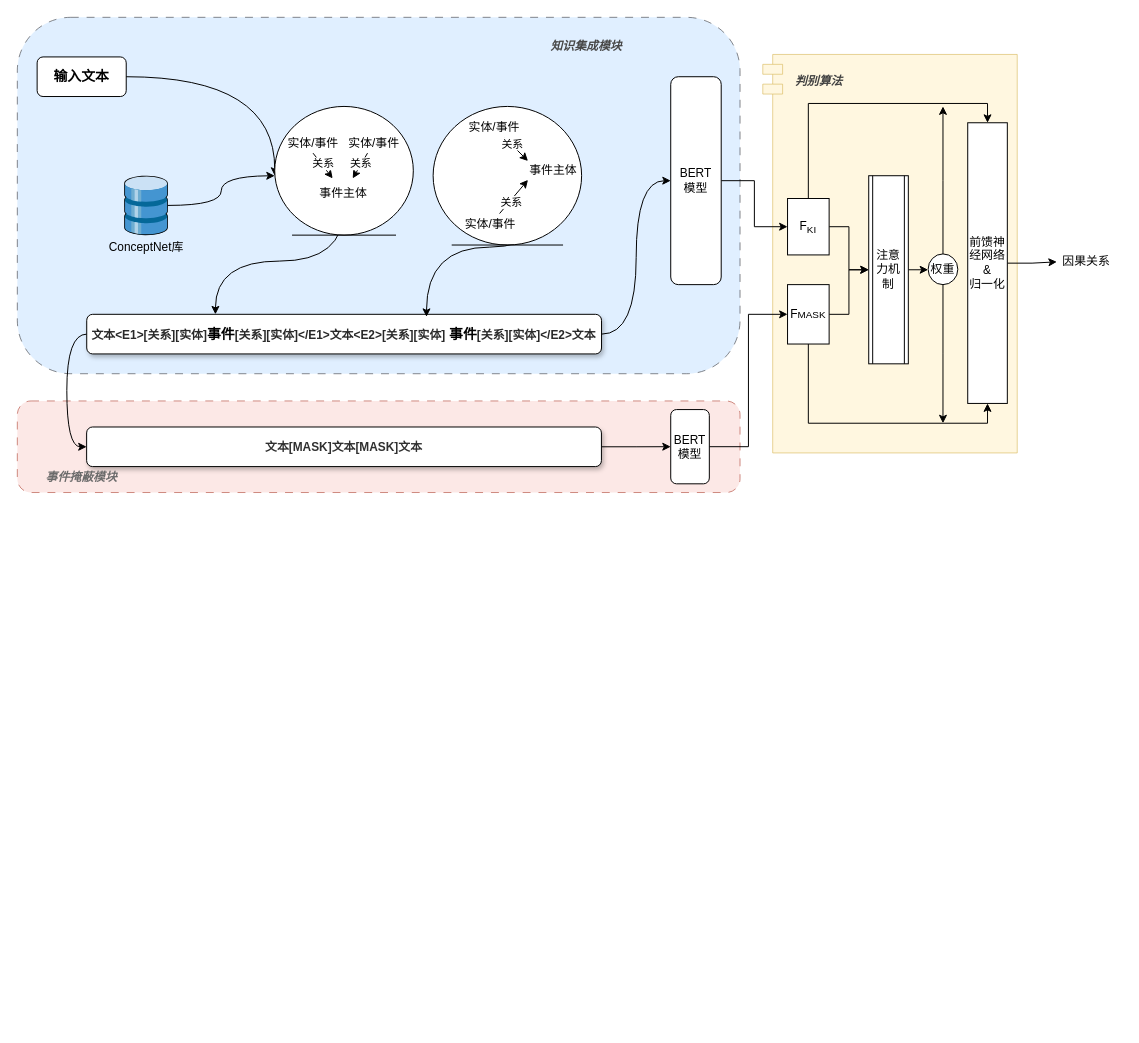
JiaXinLI98/myProject keeps this draw.io diagram as page "模糊结构图" (2 of 14) of 2.drawio. Above is the earlier version. Source tidied: cells renumbered, new cells numbered last; positions are measured from the earlier drawing's top-left corner, leaving out a move shared by most shapes. Both pictures are drawn from the tidied source at 99%, with x=0, y=0 at pixel (17, 17).
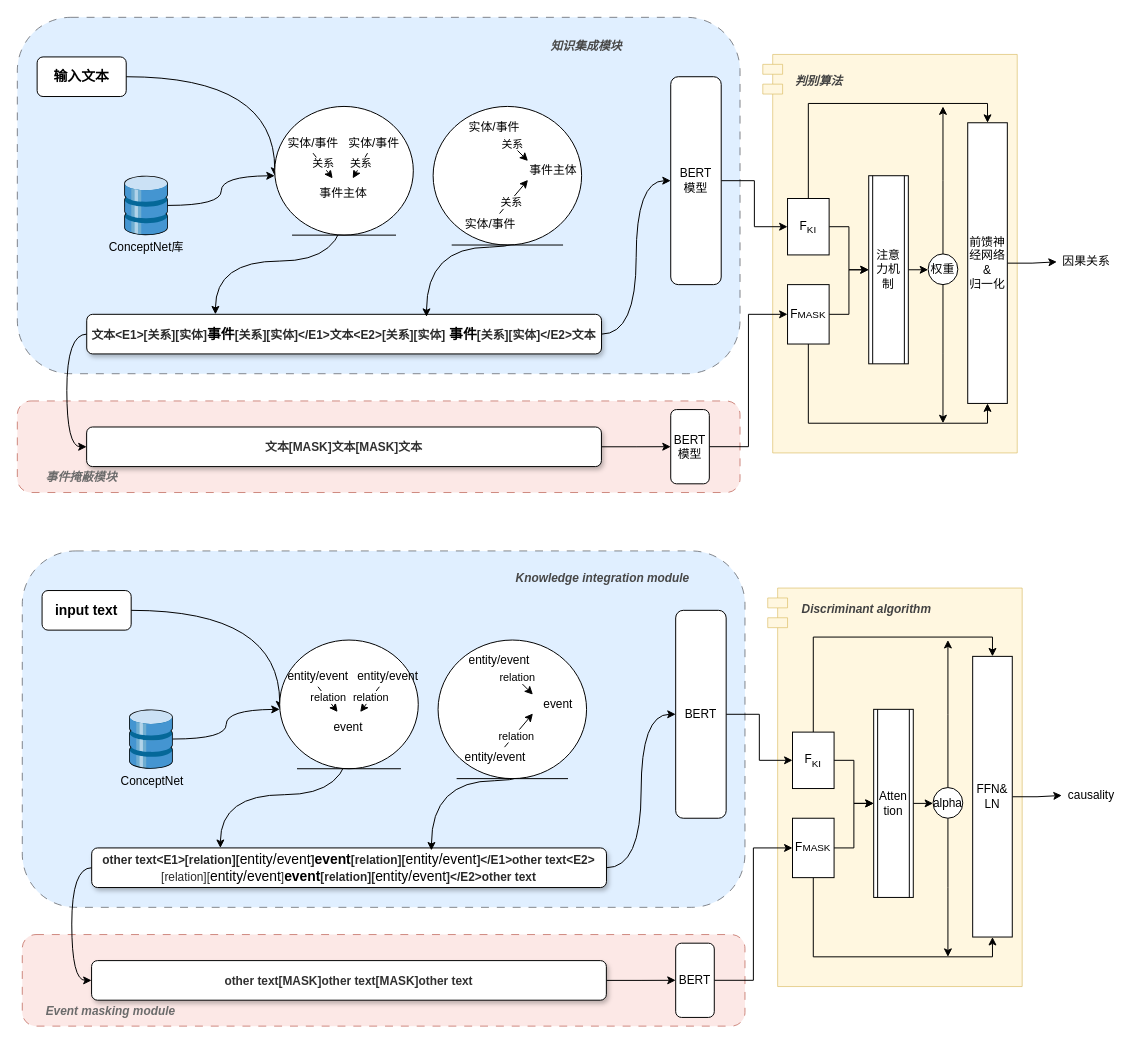
The same page after the edit.

What changed in the source:
```diff
@@
+    <mxCell id="59" style="rounded=1;whiteSpace=wrap;html=1;dashed=1;dashPattern=8 8;fillColor=#fad9d5;strokeColor=#ae4132;opacity=60;" parent="1" vertex="1">
+      <mxGeometry x="5" y="926.5" width="730" height="92.5" as="geometry" />
+    </mxCell>
+    <mxCell id="60" style="rounded=1;whiteSpace=wrap;html=1;dashed=1;dashPattern=8 8;fillColor=#cce5ff;strokeColor=#36393d;opacity=60;" parent="1" vertex="1">
+      <mxGeometry x="5" y="539" width="730" height="360" as="geometry" />
+    </mxCell>
+    <mxCell id="61" value="input text" style="strokecolor=none;rounded=1;fontStyle=1;fontSize=14;whiteSpace=wrap;html=1;" parent="1" vertex="1">
+      <mxGeometry x="25" y="579" width="90" height="40" as="geometry" />
+    </mxCell>
+    <mxCell id="62" style="group;" parent="1" vertex="1">
+      <mxGeometry x="85" y="699" width="100" height="88" as="geometry" />
+    </mxCell>
+    <mxCell id="63" style="sketch=0;shadow=0;dashed=0;html=1;labelPosition=center;verticalLabelPosition=bottom;verticalAlign=top;align=center;outlineConnect=0;shape=mxgraph.veeam.3d.full_datastore;fillColor=#cdeb8b;strokeColor=#36393d;" parent="62" vertex="1">
+      <mxGeometry x="28" width="44" height="60" as="geometry" />
+    </mxCell>
+    <mxCell id="64" value="ConceptNet" style="text;html=1;align=center;verticalAlign=middle;strokeColor=none;fillColor=none;" parent="62" vertex="1">
+      <mxGeometry x="10" y="60" width="81" height="26" as="geometry" />
+    </mxCell>
+    <mxCell id="65" style="edgeStyle=orthogonalEdgeStyle;rounded=0;jettySize=auto;html=1;entryX=0;entryY=0.5;entryDx=0;entryDy=0;entryPerimeter=0;curved=1;" parent="1" edge="1" source="61">
+      <mxGeometry relative="1" as="geometry">
+        <mxPoint x="265" y="699" as="targetPoint" />
+      </mxGeometry>
+    </mxCell>
+    <mxCell id="66" style="edgeStyle=orthogonalEdgeStyle;rounded=0;jettySize=auto;html=1;entryX=0;entryY=0.5;entryDx=0;entryDy=0;entryPerimeter=0;curved=1;" parent="1" edge="1" source="63">
+      <mxGeometry relative="1" as="geometry">
+        <mxPoint x="265" y="699" as="targetPoint" />
+      </mxGeometry>
+    </mxCell>
+    <mxCell id="67" style="edgeStyle=orthogonalEdgeStyle;rounded=0;jettySize=auto;html=1;entryX=0;entryY=0.5;entryDx=0;entryDy=0;exitX=0;exitY=0.5;exitDx=0;exitDy=0;curved=1;" parent="1" edge="1" source="69" target="96">
+      <mxGeometry relative="1" as="geometry" />
+    </mxCell>
+    <mxCell id="68" style="edgeStyle=orthogonalEdgeStyle;rounded=0;jettySize=auto;html=1;entryX=0;entryY=0.5;entryDx=0;entryDy=0;curved=1;" parent="1" edge="1" source="69" target="94">
+      <mxGeometry relative="1" as="geometry" />
+    </mxCell>
+    <mxCell id="69" value="&lt;font color=&quot;#292929&quot; style=&quot;font-size: 12px;&quot;&gt;other text&amp;lt;E1&amp;gt;[relation][&lt;/font&gt;&lt;span style=&quot;font-weight: normal;&quot;&gt;entity/event&lt;/span&gt;&lt;font color=&quot;#292929&quot; style=&quot;font-size: 12px;&quot;&gt;]&lt;/font&gt;event&lt;font color=&quot;#292929&quot; style=&quot;font-size: 12px;&quot;&gt;[relation&lt;/font&gt;&lt;font color=&quot;#292929&quot; style=&quot;font-size: 12px;&quot;&gt;][&lt;/font&gt;&lt;span style=&quot;font-weight: normal;&quot;&gt;entity/event&lt;/span&gt;&lt;font color=&quot;#292929&quot; style=&quot;font-size: 12px;&quot;&gt;]&amp;lt;/E1&amp;gt;other text&amp;lt;E2&amp;gt;&lt;/font&gt;&lt;span style=&quot;font-weight: normal;&quot;&gt;&lt;font style=&quot;border-color: var(--border-color); font-size: 12px;&quot; color=&quot;#292929&quot;&gt;[relation][&lt;/font&gt;entity/event&lt;font style=&quot;border-color: var(--border-color); font-size: 12px;&quot; color=&quot;#292929&quot;&gt;]&lt;/font&gt;&lt;/span&gt;event&lt;font style=&quot;border-color: var(--border-color); font-size: 12px;&quot; color=&quot;#292929&quot;&gt;[relation&lt;/font&gt;&lt;font style=&quot;border-color: var(--border-color); font-size: 12px;&quot; color=&quot;#292929&quot;&gt;][&lt;/font&gt;&lt;span style=&quot;border-color: var(--border-color); font-weight: normal;&quot;&gt;entity/event&lt;/span&gt;&lt;font style=&quot;border-color: var(--border-color); font-size: 12px;&quot; color=&quot;#292929&quot;&gt;]&lt;/font&gt;&lt;font color=&quot;#292929&quot; style=&quot;font-size: 12px;&quot;&gt;&amp;lt;/E2&amp;gt;other text&lt;/font&gt;" style="strokecolor=none;rounded=1;fontStyle=1;fontSize=14;whiteSpace=wrap;html=1;shadow=1;glass=0;" parent="1" vertex="1">
+      <mxGeometry x="75.1" y="839" width="520" height="40" as="geometry" />
+    </mxCell>
+    <mxCell id="70" style="edgeStyle=orthogonalEdgeStyle;rounded=0;jettySize=auto;html=1;exitX=0.5;exitY=1;exitDx=0;exitDy=0;entryX=0.25;entryY=0;entryDx=0;entryDy=0;curved=1;" parent="1" edge="1" source="75" target="69">
+      <mxGeometry relative="1" as="geometry" />
+    </mxCell>
+    <mxCell id="71" style="edgeStyle=orthogonalEdgeStyle;rounded=0;jettySize=auto;html=1;exitX=0.5;exitY=1;exitDx=0;exitDy=0;entryX=0.66;entryY=0.063;entryDx=0;entryDy=0;entryPerimeter=0;curved=1;" parent="1" edge="1" source="86" target="69">
+      <mxGeometry relative="1" as="geometry" />
+    </mxCell>
+    <mxCell id="72" style="group;" parent="1" vertex="1">
+      <mxGeometry x="265" y="629" width="140" height="130" as="geometry" />
+    </mxCell>
+    <mxCell id="73" style="ellipse;shape=umlEntity;whiteSpace=wrap;html=1;" parent="72" vertex="1">
+      <mxGeometry width="140" height="130" as="geometry" />
+    </mxCell>
+    <mxCell id="74" style="group;" parent="72" vertex="1">
+      <mxGeometry x="8.7" y="26" width="122.5" height="76.4" as="geometry" />
+    </mxCell>
+    <mxCell id="75" value="event" style="text;html=1;strokeColor=none;fillColor=none;align=center;verticalAlign=middle;whiteSpace=wrap;rounded=0;" parent="74" vertex="1">
+      <mxGeometry x="32.7" y="46.7" width="57.3" height="29.7" as="geometry" />
+    </mxCell>
+    <mxCell id="76" style="rounded=0;jettySize=auto;html=1;exitX=0.5;exitY=1;exitDx=0;exitDy=0;" parent="74" edge="1" source="78" target="75">
+      <mxGeometry relative="1" as="geometry" />
+    </mxCell>
+    <mxCell id="77" value="relation" style="edgeLabel;html=1;align=center;verticalAlign=middle;" parent="76" vertex="1">
+      <mxGeometry x="-0.11" y="2" relative="1" as="geometry" />
+    </mxCell>
+    <mxCell id="78" value="entity/event" style="text;html=1;strokeColor=none;fillColor=none;align=center;verticalAlign=middle;whiteSpace=wrap;rounded=0;" parent="74" vertex="1">
+      <mxGeometry width="60" height="21.2" as="geometry" />
+    </mxCell>
+    <mxCell id="79" value="entity/event" style="text;html=1;strokeColor=none;fillColor=none;align=center;verticalAlign=middle;whiteSpace=wrap;rounded=0;" parent="72" vertex="1">
+      <mxGeometry x="77.5" y="26" width="62.5" height="21.2" as="geometry" />
+    </mxCell>
+    <mxCell id="80" style="rounded=0;jettySize=auto;html=1;" parent="72" edge="1" source="79" target="75">
+      <mxGeometry relative="1" as="geometry" />
+    </mxCell>
+    <mxCell id="81" value="relation" style="edgeLabel;html=1;align=center;verticalAlign=middle;" parent="80" vertex="1">
+      <mxGeometry x="-0.15" y="-1" relative="1" as="geometry" />
+    </mxCell>
+    <mxCell id="82" style="group;" parent="1" vertex="1">
+      <mxGeometry x="425" y="629" width="150" height="140" as="geometry" />
+    </mxCell>
+    <mxCell id="83" style="ellipse;shape=umlEntity;whiteSpace=wrap;html=1;" parent="82" vertex="1">
+      <mxGeometry width="150" height="140" as="geometry" />
+    </mxCell>
+    <mxCell id="84" style="group;" parent="82" vertex="1">
+      <mxGeometry x="30" y="10.6" width="116.5" height="118.8" as="geometry" />
+    </mxCell>
+    <mxCell id="85" value="entity/event" style="text;html=1;strokeColor=none;fillColor=none;align=center;verticalAlign=middle;whiteSpace=wrap;rounded=0;" parent="84" vertex="1">
+      <mxGeometry x="3.8" width="56.4" height="21.2" as="geometry" />
+    </mxCell>
+    <mxCell id="86" value="event" style="text;html=1;strokeColor=none;fillColor=none;align=center;verticalAlign=middle;whiteSpace=wrap;rounded=0;" parent="84" vertex="1">
+      <mxGeometry x="65.8" y="44.5" width="50.7" height="19.1" as="geometry" />
+    </mxCell>
+    <mxCell id="87" style="rounded=0;jettySize=auto;html=1;entryX=0;entryY=0;entryDx=0;entryDy=0;" parent="84" edge="1" source="85" target="86">
+      <mxGeometry relative="1" as="geometry" />
+    </mxCell>
+    <mxCell id="88" value="relation" style="edgeLabel;html=1;align=center;verticalAlign=middle;" parent="87" vertex="1">
+      <mxGeometry x="-0.44" y="1" relative="1" as="geometry" />
+    </mxCell>
+    <mxCell id="89" style="rounded=0;jettySize=auto;html=1;entryX=0;entryY=1;entryDx=0;entryDy=0;" parent="84" edge="1" source="91" target="86">
+      <mxGeometry relative="1" as="geometry" />
+    </mxCell>
+    <mxCell id="90" value="relation" style="edgeLabel;html=1;align=center;verticalAlign=middle;" parent="89" vertex="1">
+      <mxGeometry x="-0.28" y="-1" relative="1" as="geometry" />
+    </mxCell>
+    <mxCell id="91" value="entity/event" style="text;html=1;strokeColor=none;fillColor=none;align=center;verticalAlign=middle;whiteSpace=wrap;rounded=0;" parent="84" vertex="1">
+      <mxGeometry y="97.6" width="56.4" height="21.2" as="geometry" />
+    </mxCell>
+    <mxCell id="92" style="shape=module;align=left;spacingLeft=20;align=center;verticalAlign=top;whiteSpace=wrap;html=1;fillColor=#fff2cc;strokeColor=#d6b656;opacity=60;" parent="1" vertex="1">
+      <mxGeometry x="758" y="576.5" width="257" height="402.5" as="geometry" />
+    </mxCell>
+    <mxCell id="93" style="edgeStyle=orthogonalEdgeStyle;rounded=0;jettySize=auto;html=1;entryX=0;entryY=0.5;entryDx=0;entryDy=0;" parent="1" edge="1" source="94" target="109">
+      <mxGeometry relative="1" as="geometry" />
+    </mxCell>
+    <mxCell id="94" value="BERT" style="rounded=1;whiteSpace=wrap;html=1;" parent="1" vertex="1">
+      <mxGeometry x="665" y="599" width="51" height="210" as="geometry" />
+    </mxCell>
+    <mxCell id="95" style="edgeStyle=orthogonalEdgeStyle;rounded=0;jettySize=auto;html=1;entryX=0;entryY=0.5;entryDx=0;entryDy=0;" parent="1" edge="1" source="96" target="101">
+      <mxGeometry relative="1" as="geometry" />
+    </mxCell>
+    <mxCell id="96" value="&lt;font color=&quot;#303030&quot; style=&quot;font-size: 12px;&quot;&gt;other text[MASK]other text[MASK]other text&lt;/font&gt;" style="strokecolor=none;rounded=1;fontStyle=1;fontSize=14;whiteSpace=wrap;html=1;shadow=1;" parent="1" vertex="1">
+      <mxGeometry x="75" y="952.8" width="520" height="40" as="geometry" />
+    </mxCell>
+    <mxCell id="97" value="&lt;font color=&quot;#474747&quot;&gt;&lt;b&gt;&lt;i&gt;Knowledge integration module&lt;/i&gt;&lt;/b&gt;&lt;/font&gt;" style="text;html=1;strokeColor=none;fillColor=none;align=center;verticalAlign=middle;whiteSpace=wrap;rounded=0;" parent="1" vertex="1">
+      <mxGeometry x="499" y="556.5" width="185" height="20" as="geometry" />
+    </mxCell>
+    <mxCell id="98" value="&lt;font color=&quot;#424242&quot;&gt;&lt;b&gt;&lt;i&gt;Discriminant algorithm&lt;/i&gt;&lt;/b&gt;&lt;/font&gt;" style="text;html=1;strokeColor=none;fillColor=none;align=center;verticalAlign=middle;whiteSpace=wrap;rounded=0;" parent="1" vertex="1">
+      <mxGeometry x="785" y="589" width="146" height="18" as="geometry" />
+    </mxCell>
+    <mxCell id="99" value="&lt;font color=&quot;#6b6b6b&quot;&gt;&lt;b&gt;&lt;i&gt;Event masking module&lt;/i&gt;&lt;/b&gt;&lt;/font&gt;" style="text;html=1;strokeColor=none;fillColor=none;align=center;verticalAlign=middle;whiteSpace=wrap;rounded=0;" parent="1" vertex="1">
+      <mxGeometry x="15" y="989" width="159" height="29" as="geometry" />
+    </mxCell>
+    <mxCell id="100" style="edgeStyle=orthogonalEdgeStyle;rounded=0;jettySize=auto;html=1;entryX=0;entryY=0.5;entryDx=0;entryDy=0;" parent="1" edge="1" source="101" target="112">
+      <mxGeometry relative="1" as="geometry" />
+    </mxCell>
+    <mxCell id="101" value="BERT" style="rounded=1;whiteSpace=wrap;html=1;" parent="1" vertex="1">
+      <mxGeometry x="665" y="935.2" width="39" height="75" as="geometry" />
+    </mxCell>
+    <mxCell id="102" style="edgeStyle=orthogonalEdgeStyle;rounded=0;jettySize=auto;html=1;entryX=0;entryY=0.5;entryDx=0;entryDy=0;" parent="1" edge="1" source="103" target="106">
+      <mxGeometry relative="1" as="geometry" />
+    </mxCell>
+    <mxCell id="103" value="Atten&lt;br&gt;tion" style="shape=process;whiteSpace=wrap;html=1;backgroundOutline=1;" parent="1" vertex="1">
+      <mxGeometry x="865" y="699" width="40" height="190" as="geometry" />
+    </mxCell>
+    <mxCell id="104" style="edgeStyle=orthogonalEdgeStyle;rounded=0;jettySize=auto;html=1;" parent="1" edge="1" source="106">
+      <mxGeometry relative="1" as="geometry">
+        <mxPoint x="940" y="949" as="targetPoint" />
+      </mxGeometry>
+    </mxCell>
+    <mxCell id="105" style="edgeStyle=orthogonalEdgeStyle;rounded=0;jettySize=auto;html=1;" parent="1" edge="1" source="106">
+      <mxGeometry relative="1" as="geometry">
+        <mxPoint x="940" y="629" as="targetPoint" />
+      </mxGeometry>
+    </mxCell>
+    <mxCell id="106" value="alpha" style="ellipse;whiteSpace=wrap;html=1;" parent="1" vertex="1">
+      <mxGeometry x="925" y="778" width="30" height="31" as="geometry" />
+    </mxCell>
+    <mxCell id="107" style="edgeStyle=orthogonalEdgeStyle;rounded=0;jettySize=auto;html=1;entryX=0;entryY=0.5;entryDx=0;entryDy=0;" parent="1" edge="1" source="109" target="103">
+      <mxGeometry relative="1" as="geometry" />
+    </mxCell>
+    <mxCell id="108" style="edgeStyle=orthogonalEdgeStyle;rounded=0;jettySize=auto;html=1;entryX=0.5;entryY=0;entryDx=0;entryDy=0;" parent="1" edge="1" source="109" target="114">
+      <mxGeometry relative="1" as="geometry">
+        <Array as="points">
+          <mxPoint x="804" y="626" />
+          <mxPoint x="985" y="626" />
+        </Array>
+      </mxGeometry>
+    </mxCell>
+    <mxCell id="109" value="F&lt;sub&gt;KI&lt;/sub&gt;" style="rounded=0;whiteSpace=wrap;html=1;" parent="1" vertex="1">
+      <mxGeometry x="783" y="722" width="42" height="57" as="geometry" />
+    </mxCell>
+    <mxCell id="110" style="edgeStyle=orthogonalEdgeStyle;rounded=0;jettySize=auto;html=1;entryX=0;entryY=0.5;entryDx=0;entryDy=0;" parent="1" edge="1" source="112" target="103">
+      <mxGeometry relative="1" as="geometry" />
+    </mxCell>
+    <mxCell id="111" style="rounded=0;jettySize=auto;html=1;entryX=0.5;entryY=1;entryDx=0;entryDy=0;edgeStyle=orthogonalEdgeStyle;exitX=0.5;exitY=1;exitDx=0;exitDy=0;" parent="1" edge="1" source="112" target="114">
+      <mxGeometry relative="1" as="geometry">
+        <Array as="points">
+          <mxPoint x="804" y="949" />
+          <mxPoint x="985" y="949" />
+        </Array>
+      </mxGeometry>
+    </mxCell>
+    <mxCell id="112" value="F&lt;span style=&quot;font-size: 10px;&quot;&gt;MASK&lt;/span&gt;" style="rounded=0;whiteSpace=wrap;html=1;" parent="1" vertex="1">
+      <mxGeometry x="783" y="809" width="42" height="60" as="geometry" />
+    </mxCell>
+    <mxCell id="113" style="edgeStyle=orthogonalEdgeStyle;rounded=0;jettySize=auto;html=1;" parent="1" edge="1" source="114">
+      <mxGeometry relative="1" as="geometry">
+        <mxPoint x="1055" y="786" as="targetPoint" />
+      </mxGeometry>
+    </mxCell>
+    <mxCell id="114" value="FFN&amp;amp;&lt;br&gt;LN" style="rounded=0;whiteSpace=wrap;html=1;" parent="1" vertex="1">
+      <mxGeometry x="965" y="645.5" width="40" height="283.5" as="geometry" />
+    </mxCell>
+    <mxCell id="115" value="causality" style="text;html=1;strokeColor=none;fillColor=none;align=center;verticalAlign=middle;whiteSpace=wrap;rounded=0;" parent="1" vertex="1">
+      <mxGeometry x="1055" y="771" width="60" height="30" as="geometry" />
+    </mxCell>
```
